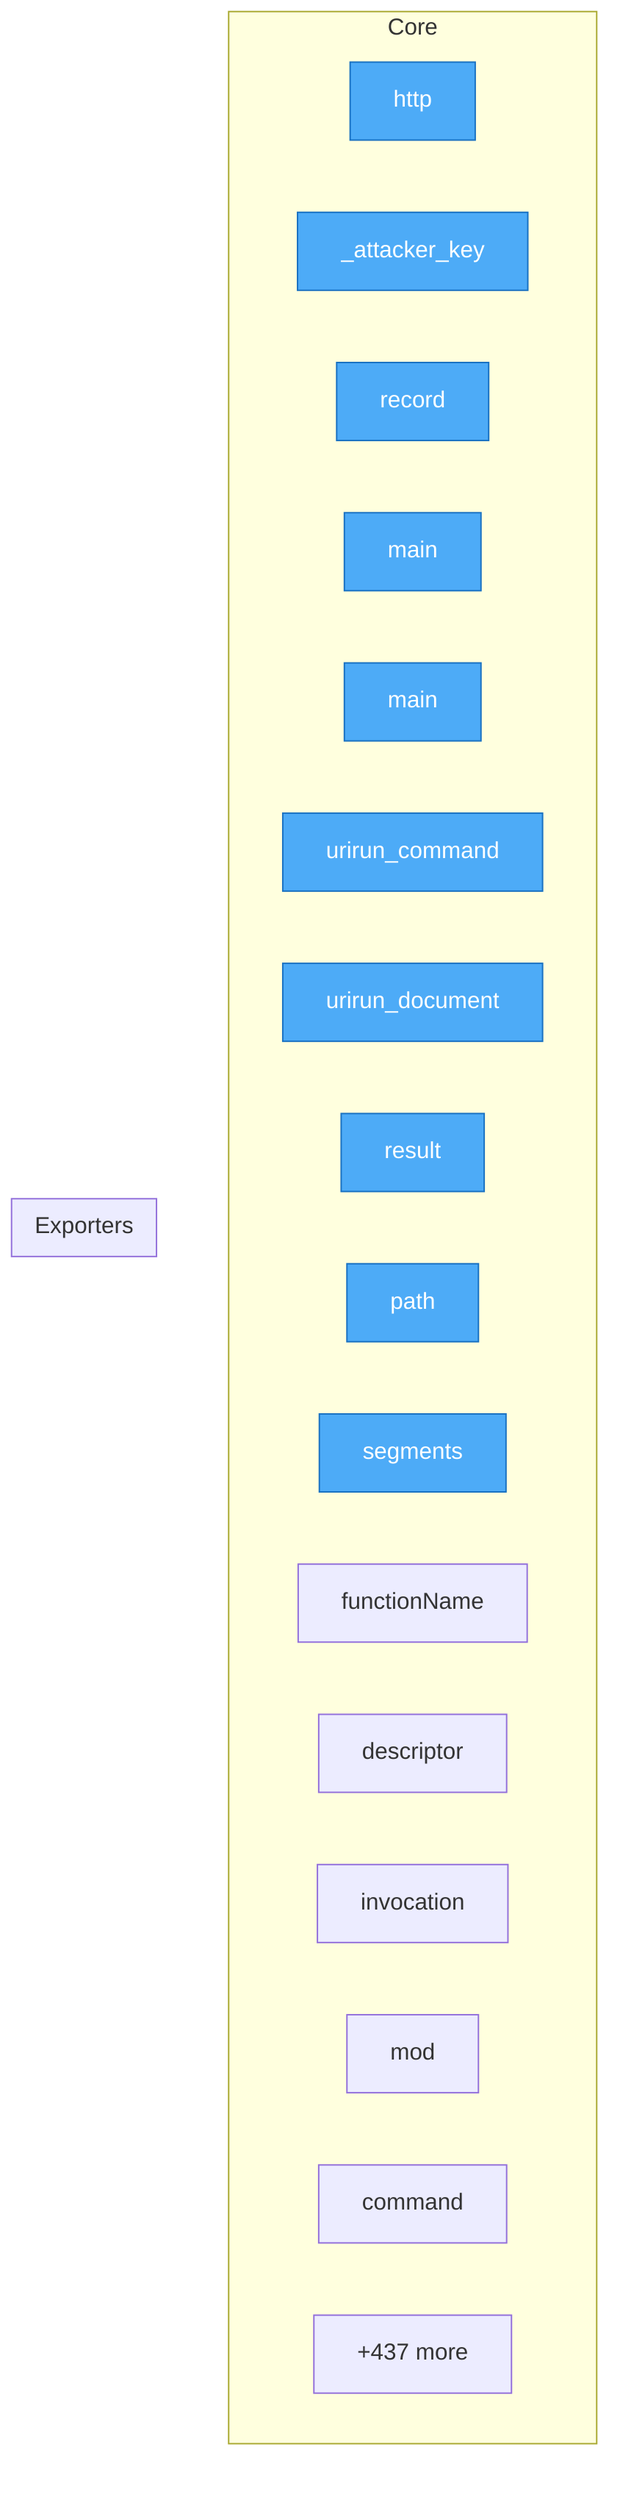
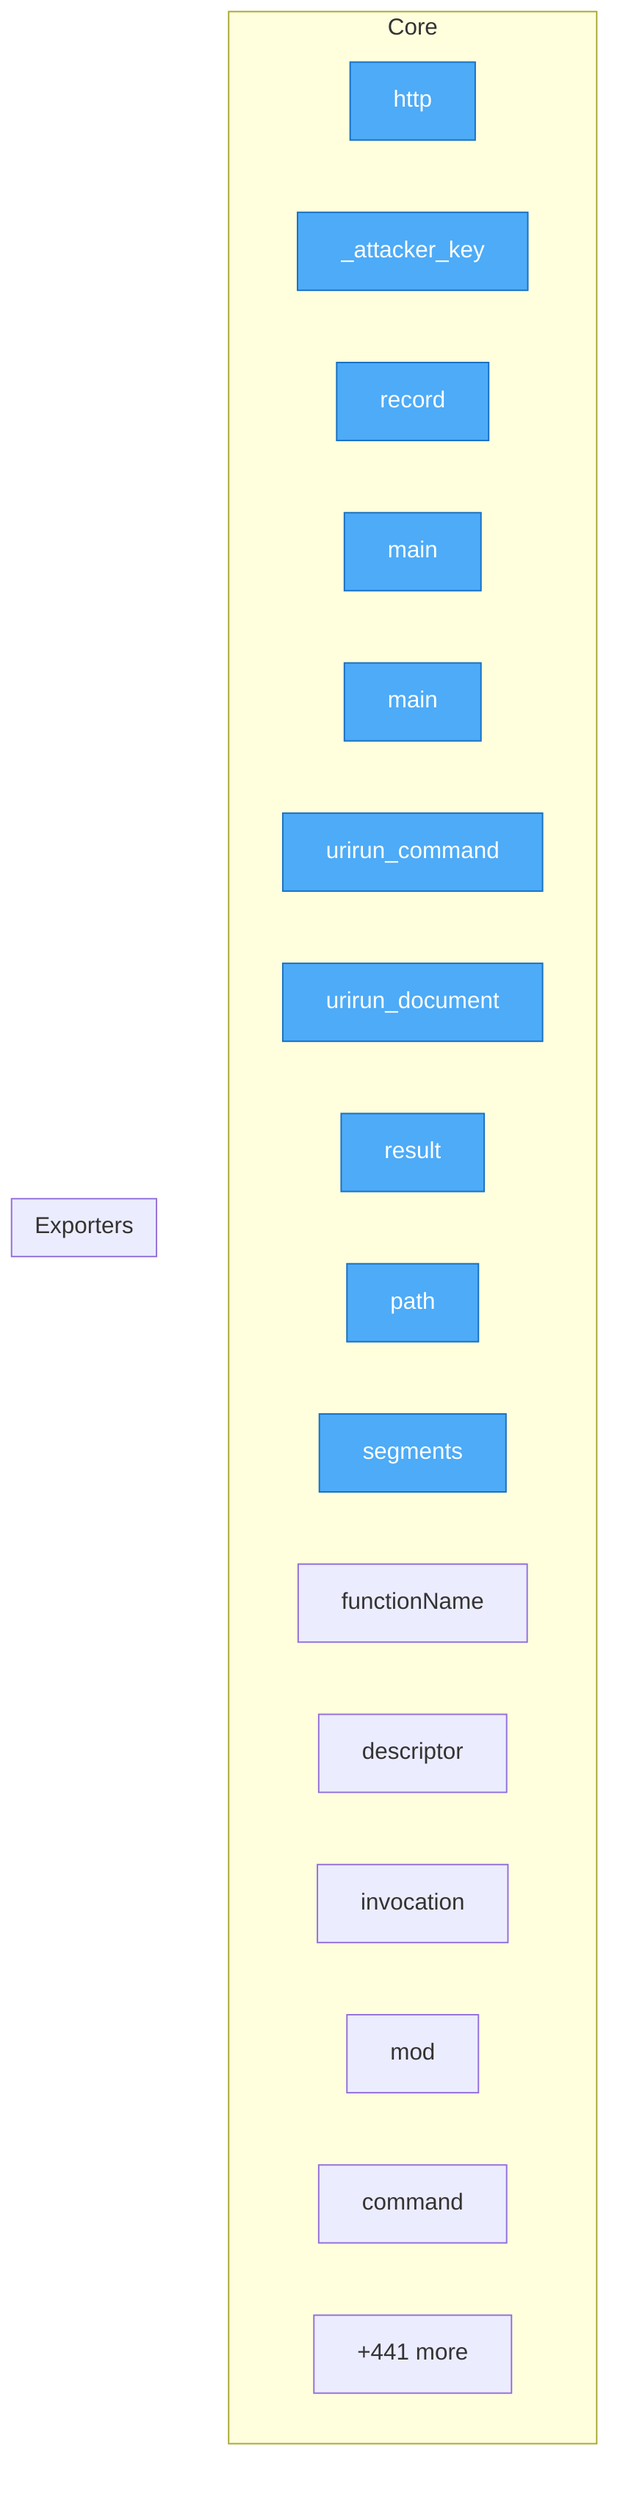
flowchart TD
- %% generated in 0.02s
+ %% generated in 0.03s

    %% Entry points (blue)
    classDef entry fill:#4dabf7,stroke:#1971c2,color:#fff

    subgraph Core
        security__mesh_probe__probe__http["http"]
        security__mesh_probe__probe___attacker_key["_attacker_key"]
        security__mesh_probe__probe__record["record"]
        adapters__conformance__main["main"]
        adapters__new_connector__main["main"]
        adapters__bash__urirun__urirun_command["urirun_command"]
        adapters__bash__urirun__urirun_document["urirun_document"]
        adapters__js__index__test__result["result"]
        adapters__js__path["path"]
        adapters__js__segments["segments"]
        adapters__js__functionName["functionName"]
        adapters__js__descriptor["descriptor"]
        adapters__js__invocation["invocation"]
        adapters__js__mod["mod"]
        adapters__java__Urirun__Urirun__command["command"]
-         ...["+437 more"]
+         ...["+441 more"]
    end

    subgraph Exporters
    end

    class security__mesh_probe__probe__http,security__mesh_probe__probe___attacker_key,security__mesh_probe__probe__record,adapters__conformance__main,adapters__new_connector__main,adapters__bash__urirun__urirun_command,adapters__bash__urirun__urirun_document,adapters__js__index__test__result,adapters__js__path,adapters__js__segments entry
